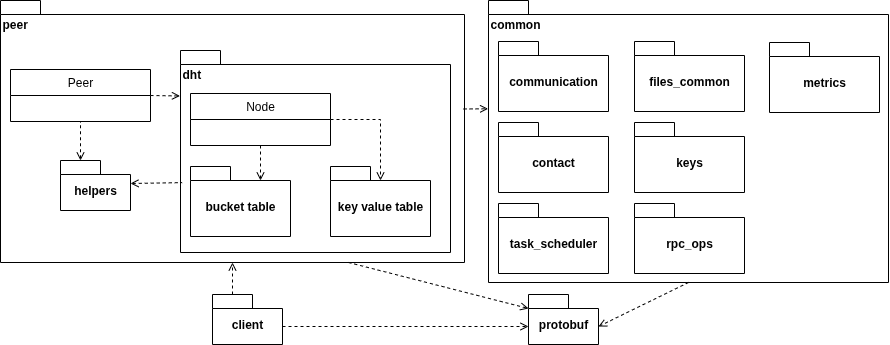
Above: docs/DiagramaDePaquetes.png in rafaelputaro/tp7561 (draw.io), before the change. Source tidied: cells renumbered, new cells last; positions are measured from the earlier drawing's top-left corner, leaving out a move shared by most shapes. Source of this version:
```xml
<mxGraphModel>
  <root>
    <mxCell id="0" />
    <mxCell id="1" parent="0" />
    <mxCell id="2" value="peer" style="shape=folder;fontStyle=1;spacingTop=10;tabWidth=40;tabHeight=14;tabPosition=left;html=1;whiteSpace=wrap;align=left;verticalAlign=top;fillColor=none;" parent="1" vertex="1">
      <mxGeometry width="464" height="262" as="geometry" />
    </mxCell>
    <mxCell id="3" value="Peer" style="swimlane;fontStyle=0;horizontal=1;startSize=26;fillColor=none;whiteSpace=wrap;html=1;" parent="1" vertex="1">
      <mxGeometry x="10" y="69" width="140" height="52" as="geometry" />
    </mxCell>
    <mxCell id="4" value="helpers" style="shape=folder;fontStyle=1;spacingTop=10;tabWidth=40;tabHeight=14;tabPosition=left;html=1;whiteSpace=wrap;" parent="1" vertex="1">
      <mxGeometry x="60" y="160" width="70" height="50" as="geometry" />
    </mxCell>
    <mxCell id="5" value="dht" style="shape=folder;fontStyle=1;spacingTop=10;tabWidth=40;tabHeight=14;tabPosition=left;html=1;whiteSpace=wrap;align=left;verticalAlign=top;" parent="1" vertex="1">
      <mxGeometry x="180" y="50" width="270" height="202" as="geometry" />
    </mxCell>
    <mxCell id="6" value="Node" style="swimlane;fontStyle=0;horizontal=1;startSize=26;fillColor=none;whiteSpace=wrap;html=1;" parent="1" vertex="1">
      <mxGeometry x="190" y="93" width="140" height="52" as="geometry" />
    </mxCell>
    <mxCell id="7" value="bucket table" style="shape=folder;fontStyle=1;spacingTop=10;tabWidth=40;tabHeight=14;tabPosition=left;html=1;whiteSpace=wrap;" parent="1" vertex="1">
      <mxGeometry x="190" y="166" width="100" height="70" as="geometry" />
    </mxCell>
    <mxCell id="8" value="key value table" style="shape=folder;fontStyle=1;spacingTop=10;tabWidth=40;tabHeight=14;tabPosition=left;html=1;whiteSpace=wrap;" parent="1" vertex="1">
      <mxGeometry x="330" y="166" width="100" height="70" as="geometry" />
    </mxCell>
    <mxCell id="9" style="endArrow=none;startArrow=open;endFill=0;startFill=0;html=1;rounded=0;dashed=1;exitX=0;exitY=0;exitDx=70;exitDy=23;exitPerimeter=0;entryX=0.006;entryY=0.654;entryDx=0;entryDy=0;entryPerimeter=0;" parent="1" edge="1" source="4" target="5">
      <mxGeometry relative="1" as="geometry" />
    </mxCell>
    <mxCell id="10" style="endArrow=open;startArrow=none;endFill=0;startFill=0;html=1;rounded=0;dashed=1;entryX=-0.002;entryY=0.225;entryDx=0;entryDy=0;entryPerimeter=0;exitX=1;exitY=0.5;exitDx=0;exitDy=0;" parent="1" edge="1" source="3" target="5">
      <mxGeometry relative="1" as="geometry" />
    </mxCell>
    <mxCell id="11" style="endArrow=open;startArrow=none;endFill=0;startFill=0;html=1;rounded=0;dashed=1;exitX=0.5;exitY=1;exitDx=0;exitDy=0;" parent="1" edge="1" source="6">
      <mxGeometry relative="1" as="geometry">
        <mxPoint x="260" y="180" as="targetPoint" />
      </mxGeometry>
    </mxCell>
    <mxCell id="12" style="endArrow=open;startArrow=none;endFill=0;startFill=0;html=1;rounded=0;dashed=1;exitX=1;exitY=0.5;exitDx=0;exitDy=0;" parent="1" edge="1" source="6">
      <mxGeometry relative="1" as="geometry">
        <mxPoint x="380" y="180" as="targetPoint" />
        <Array as="points">
          <mxPoint x="380" y="119" />
        </Array>
      </mxGeometry>
    </mxCell>
    <mxCell id="13" value="common" style="shape=folder;fontStyle=1;spacingTop=10;tabWidth=40;tabHeight=14;tabPosition=left;html=1;whiteSpace=wrap;align=left;verticalAlign=top;fillColor=none;" parent="1" vertex="1">
      <mxGeometry x="488" width="400" height="282" as="geometry" />
    </mxCell>
    <mxCell id="14" value="communication" style="shape=folder;fontStyle=1;spacingTop=10;tabWidth=40;tabHeight=14;tabPosition=left;html=1;whiteSpace=wrap;" parent="1" vertex="1">
      <mxGeometry x="498" y="41" width="110" height="70" as="geometry" />
    </mxCell>
    <mxCell id="15" value="contact" style="shape=folder;fontStyle=1;spacingTop=10;tabWidth=40;tabHeight=14;tabPosition=left;html=1;whiteSpace=wrap;" parent="1" vertex="1">
      <mxGeometry x="498" y="122" width="110" height="70" as="geometry" />
    </mxCell>
    <mxCell id="16" value="files_common" style="shape=folder;fontStyle=1;spacingTop=10;tabWidth=40;tabHeight=14;tabPosition=left;html=1;whiteSpace=wrap;" parent="1" vertex="1">
      <mxGeometry x="634" y="41" width="110" height="70" as="geometry" />
    </mxCell>
    <mxCell id="17" value="keys" style="shape=folder;fontStyle=1;spacingTop=10;tabWidth=40;tabHeight=14;tabPosition=left;html=1;whiteSpace=wrap;" parent="1" vertex="1">
      <mxGeometry x="634" y="122" width="110" height="70" as="geometry" />
    </mxCell>
    <mxCell id="18" value="metrics" style="shape=folder;fontStyle=1;spacingTop=10;tabWidth=40;tabHeight=14;tabPosition=left;html=1;whiteSpace=wrap;" parent="1" vertex="1">
      <mxGeometry x="769" y="42" width="110" height="70" as="geometry" />
    </mxCell>
    <mxCell id="19" value="rpc_ops" style="shape=folder;fontStyle=1;spacingTop=10;tabWidth=40;tabHeight=14;tabPosition=left;html=1;whiteSpace=wrap;" parent="1" vertex="1">
      <mxGeometry x="634" y="203" width="110" height="70" as="geometry" />
    </mxCell>
    <mxCell id="20" value="task_scheduler" style="shape=folder;fontStyle=1;spacingTop=10;tabWidth=40;tabHeight=14;tabPosition=left;html=1;whiteSpace=wrap;" parent="1" vertex="1">
      <mxGeometry x="498" y="203" width="110" height="70" as="geometry" />
    </mxCell>
    <mxCell id="21" style="endArrow=open;startArrow=none;endFill=0;startFill=0;html=1;rounded=0;dashed=1;entryX=-0.001;entryY=0.384;entryDx=0;entryDy=0;entryPerimeter=0;exitX=0.998;exitY=0.414;exitDx=0;exitDy=0;exitPerimeter=0;" parent="1" edge="1" source="2" target="13">
      <mxGeometry relative="1" as="geometry" />
    </mxCell>
    <mxCell id="22" value="protobuf" style="shape=folder;fontStyle=1;spacingTop=10;tabWidth=40;tabHeight=14;tabPosition=left;html=1;whiteSpace=wrap;" parent="1" vertex="1">
      <mxGeometry x="528" y="294" width="70" height="50" as="geometry" />
    </mxCell>
    <mxCell id="23" value="client" style="shape=folder;fontStyle=1;spacingTop=10;tabWidth=40;tabHeight=14;tabPosition=left;html=1;whiteSpace=wrap;" parent="1" vertex="1">
      <mxGeometry x="212" y="294" width="70" height="50" as="geometry" />
    </mxCell>
    <mxCell id="24" style="endArrow=open;startArrow=none;endFill=0;startFill=0;html=1;rounded=0;dashed=1;entryX=0;entryY=0;entryDx=0;entryDy=32;entryPerimeter=0;exitX=0;exitY=0;exitDx=70;exitDy=32;exitPerimeter=0;" parent="1" edge="1" source="23" target="22">
      <mxGeometry relative="1" as="geometry" />
    </mxCell>
    <mxCell id="25" style="endArrow=open;startArrow=none;endFill=0;startFill=0;html=1;rounded=0;dashed=1;entryX=0.5;entryY=1;entryDx=0;entryDy=0;entryPerimeter=0;exitX=0;exitY=0;exitDx=20;exitDy=0;exitPerimeter=0;" parent="1" edge="1" source="23" target="2">
      <mxGeometry relative="1" as="geometry" />
    </mxCell>
    <mxCell id="26" style="endArrow=open;startArrow=none;endFill=0;startFill=0;html=1;rounded=0;dashed=1;entryX=0;entryY=0;entryDx=0;entryDy=14;entryPerimeter=0;exitX=0.75;exitY=1;exitDx=0;exitDy=0;exitPerimeter=0;" parent="1" edge="1" source="2" target="22">
      <mxGeometry relative="1" as="geometry" />
    </mxCell>
    <mxCell id="27" style="endArrow=open;startArrow=none;endFill=0;startFill=0;html=1;rounded=0;dashed=1;exitX=0.5;exitY=1;exitDx=0;exitDy=0;exitPerimeter=0;entryX=0;entryY=0;entryDx=70;entryDy=32;entryPerimeter=0;" parent="1" edge="1" source="13" target="22">
      <mxGeometry relative="1" as="geometry" />
    </mxCell>
    <mxCell id="28" style="endArrow=none;startArrow=open;endFill=0;startFill=0;html=1;rounded=0;dashed=1;exitX=0;exitY=0;exitDx=20;exitDy=0;exitPerimeter=0;entryX=0.5;entryY=1;entryDx=0;entryDy=0;" parent="1" edge="1" source="4" target="3">
      <mxGeometry relative="1" as="geometry" />
    </mxCell>
  </root>
</mxGraphModel>
```
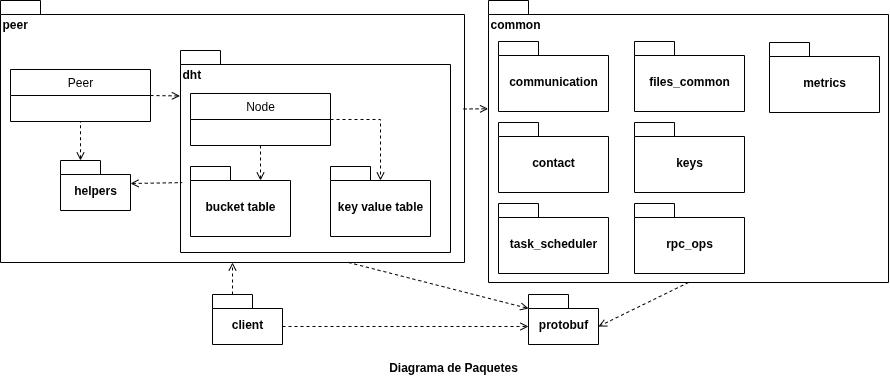
After the change.

Commit message:
diagrama de paquetes

The edit, as a diff of the source:
```diff
@@ -90,5 +90,8 @@
     <mxCell id="28" style="endArrow=none;startArrow=open;endFill=0;startFill=0;html=1;rounded=0;dashed=1;exitX=0;exitY=0;exitDx=20;exitDy=0;exitPerimeter=0;entryX=0.5;entryY=1;entryDx=0;entryDy=0;" parent="1" edge="1" source="4" target="3">
       <mxGeometry relative="1" as="geometry" />
     </mxCell>
+    <mxCell id="29" value="&lt;b&gt;Diagrama de Paquetes&lt;/b&gt;" style="text;html=1;align=center;verticalAlign=middle;whiteSpace=wrap;rounded=0;" parent="1" vertex="1">
+      <mxGeometry x="378" y="352" width="150" height="30" as="geometry" />
+    </mxCell>
   </root>
 </mxGraphModel>
```
